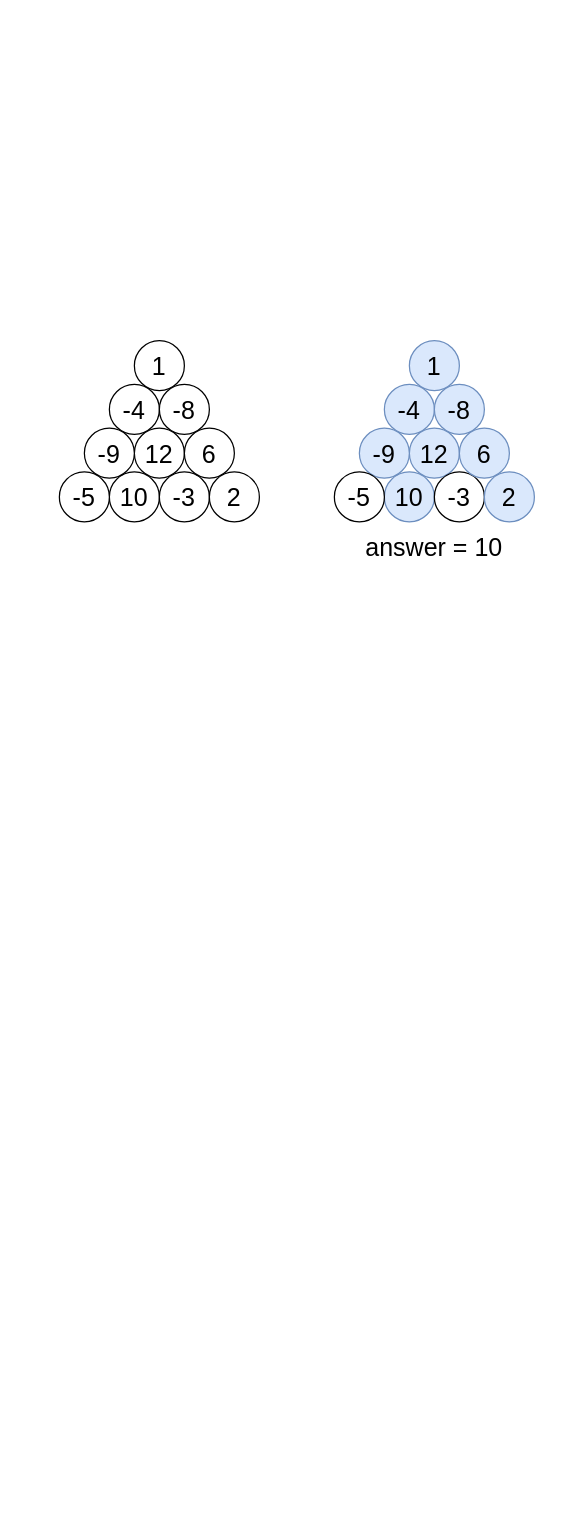
celbeing/PS_STUDY keeps this draw.io diagram as 2024_BOJ/drawio/5681.drawio. Above is the earlier version. Source tidied: cells renumbered, new cells numbered last; positions are measured from the earlier drawing's top-left corner, leaving out a move shared by most shapes. Both pictures are drawn from the tidied source at 125%, with x=0, y=0 at pixel (46, 328).
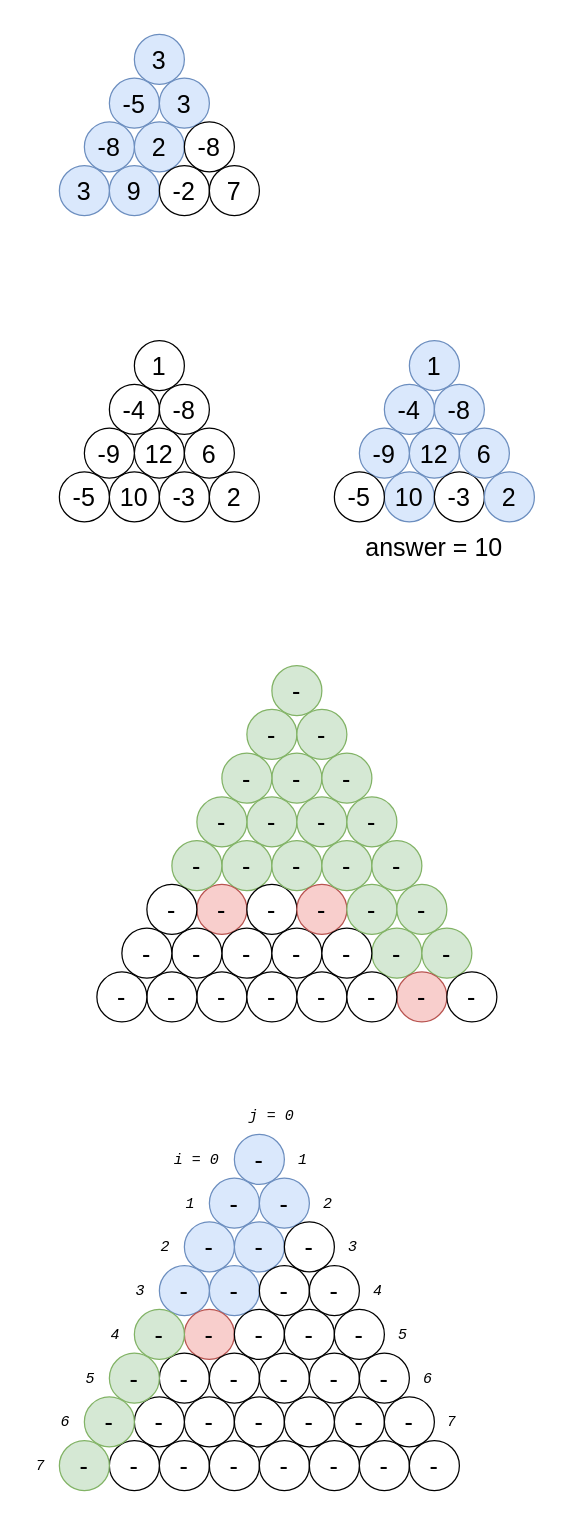
Above is the later version.

Change to the diagram source:
```diff
@@
+    <mxCell id="25" style="rounded=0;whiteSpace=wrap;html=1;strokeColor=none;" parent="1" vertex="1">
+      <mxGeometry x="30" y="260" width="340" height="305" as="geometry" />
+    </mxCell>
@@
+    <mxCell id="26" style="rounded=0;whiteSpace=wrap;html=1;strokeColor=none;" parent="1" vertex="1">
+      <mxGeometry y="-245" width="180" height="165" as="geometry" />
+    </mxCell>
+    <mxCell id="27" value="3" style="ellipse;whiteSpace=wrap;html=1;fontSize=20;fillColor=#dae8fc;strokeColor=#6c8ebf;" parent="1" vertex="1">
+      <mxGeometry x="70" y="-235" width="40" height="40" as="geometry" />
+    </mxCell>
+    <mxCell id="28" value="-5" style="ellipse;whiteSpace=wrap;html=1;fontSize=20;fillColor=#dae8fc;strokeColor=#6c8ebf;" parent="1" vertex="1">
+      <mxGeometry x="50" y="-200" width="40" height="40" as="geometry" />
+    </mxCell>
+    <mxCell id="29" value="3" style="ellipse;whiteSpace=wrap;html=1;fontSize=20;fillColor=#dae8fc;strokeColor=#6c8ebf;" parent="1" vertex="1">
+      <mxGeometry x="90" y="-200" width="40" height="40" as="geometry" />
+    </mxCell>
+    <mxCell id="30" value="2" style="ellipse;whiteSpace=wrap;html=1;fontSize=20;fillColor=#dae8fc;strokeColor=#6c8ebf;" parent="1" vertex="1">
+      <mxGeometry x="70" y="-165" width="40" height="40" as="geometry" />
+    </mxCell>
+    <mxCell id="31" value="9" style="ellipse;whiteSpace=wrap;html=1;fontSize=20;fillColor=#dae8fc;strokeColor=#6c8ebf;" parent="1" vertex="1">
+      <mxGeometry x="50" y="-130" width="40" height="40" as="geometry" />
+    </mxCell>
+    <mxCell id="32" value="-2" style="ellipse;whiteSpace=wrap;html=1;fontSize=20;" parent="1" vertex="1">
+      <mxGeometry x="90" y="-130" width="40" height="40" as="geometry" />
+    </mxCell>
+    <mxCell id="33" value="-8" style="ellipse;whiteSpace=wrap;html=1;fontSize=20;" parent="1" vertex="1">
+      <mxGeometry x="110" y="-165" width="40" height="40" as="geometry" />
+    </mxCell>
+    <mxCell id="34" value="-8" style="ellipse;whiteSpace=wrap;html=1;fontSize=20;fillColor=#dae8fc;strokeColor=#6c8ebf;" parent="1" vertex="1">
+      <mxGeometry x="30" y="-165" width="40" height="40" as="geometry" />
+    </mxCell>
+    <mxCell id="35" value="7" style="ellipse;whiteSpace=wrap;html=1;fontSize=20;" parent="1" vertex="1">
+      <mxGeometry x="130" y="-130" width="40" height="40" as="geometry" />
+    </mxCell>
+    <mxCell id="36" value="3" style="ellipse;whiteSpace=wrap;html=1;fontSize=20;fillColor=#dae8fc;strokeColor=#6c8ebf;" parent="1" vertex="1">
+      <mxGeometry x="10" y="-130" width="40" height="40" as="geometry" />
+    </mxCell>
+    <mxCell id="37" value="-" style="ellipse;whiteSpace=wrap;html=1;fontSize=20;fillColor=#d5e8d4;strokeColor=#82b366;" parent="1" vertex="1">
+      <mxGeometry x="180" y="270" width="40" height="40" as="geometry" />
+    </mxCell>
+    <mxCell id="38" value="-" style="ellipse;whiteSpace=wrap;html=1;fontSize=20;fillColor=#d5e8d4;strokeColor=#82b366;" parent="1" vertex="1">
+      <mxGeometry x="160" y="305" width="40" height="40" as="geometry" />
+    </mxCell>
+    <mxCell id="39" value="-" style="ellipse;whiteSpace=wrap;html=1;fontSize=20;fillColor=#d5e8d4;strokeColor=#82b366;" parent="1" vertex="1">
+      <mxGeometry x="200" y="305" width="40" height="40" as="geometry" />
+    </mxCell>
+    <mxCell id="40" value="-" style="ellipse;whiteSpace=wrap;html=1;fontSize=20;fillColor=#d5e8d4;strokeColor=#82b366;" parent="1" vertex="1">
+      <mxGeometry x="180" y="340" width="40" height="40" as="geometry" />
+    </mxCell>
+    <mxCell id="41" value="-" style="ellipse;whiteSpace=wrap;html=1;fontSize=20;fillColor=#d5e8d4;strokeColor=#82b366;" parent="1" vertex="1">
+      <mxGeometry x="160" y="375" width="40" height="40" as="geometry" />
+    </mxCell>
+    <mxCell id="42" value="-" style="ellipse;whiteSpace=wrap;html=1;fontSize=20;fillColor=#d5e8d4;strokeColor=#82b366;" parent="1" vertex="1">
+      <mxGeometry x="200" y="375" width="40" height="40" as="geometry" />
+    </mxCell>
+    <mxCell id="43" value="-" style="ellipse;whiteSpace=wrap;html=1;fontSize=20;fillColor=#d5e8d4;strokeColor=#82b366;" parent="1" vertex="1">
+      <mxGeometry x="220" y="340" width="40" height="40" as="geometry" />
+    </mxCell>
+    <mxCell id="44" value="-" style="ellipse;whiteSpace=wrap;html=1;fontSize=20;fillColor=#d5e8d4;strokeColor=#82b366;" parent="1" vertex="1">
+      <mxGeometry x="140" y="340" width="40" height="40" as="geometry" />
+    </mxCell>
+    <mxCell id="45" value="-" style="ellipse;whiteSpace=wrap;html=1;fontSize=20;fillColor=#d5e8d4;strokeColor=#82b366;" parent="1" vertex="1">
+      <mxGeometry x="240" y="375" width="40" height="40" as="geometry" />
+    </mxCell>
+    <mxCell id="46" value="-" style="ellipse;whiteSpace=wrap;html=1;fontSize=20;fillColor=#d5e8d4;strokeColor=#82b366;" parent="1" vertex="1">
+      <mxGeometry x="120" y="375" width="40" height="40" as="geometry" />
+    </mxCell>
+    <mxCell id="47" value="-" style="ellipse;whiteSpace=wrap;html=1;fontSize=20;fillColor=#d5e8d4;strokeColor=#82b366;" parent="1" vertex="1">
+      <mxGeometry x="140" y="410" width="40" height="40" as="geometry" />
+    </mxCell>
+    <mxCell id="48" value="-" style="ellipse;whiteSpace=wrap;html=1;fontSize=20;fillColor=#f8cecc;strokeColor=#b85450;" parent="1" vertex="1">
+      <mxGeometry x="120" y="445" width="40" height="40" as="geometry" />
+    </mxCell>
+    <mxCell id="49" value="-" style="ellipse;whiteSpace=wrap;html=1;fontSize=20;" parent="1" vertex="1">
+      <mxGeometry x="160" y="445" width="40" height="40" as="geometry" />
+    </mxCell>
+    <mxCell id="50" value="-" style="ellipse;whiteSpace=wrap;html=1;fontSize=20;" parent="1" vertex="1">
+      <mxGeometry x="140" y="480" width="40" height="40" as="geometry" />
+    </mxCell>
+    <mxCell id="51" value="-" style="ellipse;whiteSpace=wrap;html=1;fontSize=20;" parent="1" vertex="1">
+      <mxGeometry x="120" y="515" width="40" height="40" as="geometry" />
+    </mxCell>
+    <mxCell id="52" value="-" style="ellipse;whiteSpace=wrap;html=1;fontSize=20;" parent="1" vertex="1">
+      <mxGeometry x="160" y="515" width="40" height="40" as="geometry" />
+    </mxCell>
+    <mxCell id="53" value="-" style="ellipse;whiteSpace=wrap;html=1;fontSize=20;" parent="1" vertex="1">
+      <mxGeometry x="180" y="480" width="40" height="40" as="geometry" />
+    </mxCell>
+    <mxCell id="54" value="-" style="ellipse;whiteSpace=wrap;html=1;fontSize=20;" parent="1" vertex="1">
+      <mxGeometry x="100" y="480" width="40" height="40" as="geometry" />
+    </mxCell>
+    <mxCell id="55" value="-" style="ellipse;whiteSpace=wrap;html=1;fontSize=20;" parent="1" vertex="1">
+      <mxGeometry x="200" y="515" width="40" height="40" as="geometry" />
+    </mxCell>
+    <mxCell id="56" value="-" style="ellipse;whiteSpace=wrap;html=1;fontSize=20;" parent="1" vertex="1">
+      <mxGeometry x="80" y="515" width="40" height="40" as="geometry" />
+    </mxCell>
+    <mxCell id="57" value="-" style="ellipse;whiteSpace=wrap;html=1;fontSize=20;fillColor=#d5e8d4;strokeColor=#82b366;" parent="1" vertex="1">
+      <mxGeometry x="180" y="410" width="40" height="40" as="geometry" />
+    </mxCell>
+    <mxCell id="58" value="-" style="ellipse;whiteSpace=wrap;html=1;fontSize=20;fillColor=#f8cecc;strokeColor=#b85450;" parent="1" vertex="1">
+      <mxGeometry x="200" y="445" width="40" height="40" as="geometry" />
+    </mxCell>
+    <mxCell id="59" value="-" style="ellipse;whiteSpace=wrap;html=1;fontSize=20;fillColor=#d5e8d4;strokeColor=#82b366;" parent="1" vertex="1">
+      <mxGeometry x="220" y="410" width="40" height="40" as="geometry" />
+    </mxCell>
+    <mxCell id="60" value="-" style="ellipse;whiteSpace=wrap;html=1;fontSize=20;fillColor=#d5e8d4;strokeColor=#82b366;" parent="1" vertex="1">
+      <mxGeometry x="260" y="480" width="40" height="40" as="geometry" />
+    </mxCell>
+    <mxCell id="61" value="-" style="ellipse;whiteSpace=wrap;html=1;fontSize=20;fillColor=#d5e8d4;strokeColor=#82b366;" parent="1" vertex="1">
+      <mxGeometry x="300" y="480" width="40" height="40" as="geometry" />
+    </mxCell>
+    <mxCell id="62" value="-" style="ellipse;whiteSpace=wrap;html=1;fontSize=20;fillColor=#f8cecc;strokeColor=#b85450;" parent="1" vertex="1">
+      <mxGeometry x="280" y="515" width="40" height="40" as="geometry" />
+    </mxCell>
+    <mxCell id="63" value="-" style="ellipse;whiteSpace=wrap;html=1;fontSize=20;" parent="1" vertex="1">
+      <mxGeometry x="220" y="480" width="40" height="40" as="geometry" />
+    </mxCell>
+    <mxCell id="64" value="-" style="ellipse;whiteSpace=wrap;html=1;fontSize=20;" parent="1" vertex="1">
+      <mxGeometry x="240" y="515" width="40" height="40" as="geometry" />
+    </mxCell>
+    <mxCell id="65" value="-" style="ellipse;whiteSpace=wrap;html=1;fontSize=20;fillColor=#d5e8d4;strokeColor=#82b366;" parent="1" vertex="1">
+      <mxGeometry x="240" y="445" width="40" height="40" as="geometry" />
+    </mxCell>
+    <mxCell id="66" value="-" style="ellipse;whiteSpace=wrap;html=1;fontSize=20;fillColor=#d5e8d4;strokeColor=#82b366;" parent="1" vertex="1">
+      <mxGeometry x="280" y="445" width="40" height="40" as="geometry" />
+    </mxCell>
+    <mxCell id="67" value="-" style="ellipse;whiteSpace=wrap;html=1;fontSize=20;fillColor=#d5e8d4;strokeColor=#82b366;" parent="1" vertex="1">
+      <mxGeometry x="260" y="410" width="40" height="40" as="geometry" />
+    </mxCell>
+    <mxCell id="68" value="-" style="ellipse;whiteSpace=wrap;html=1;fontSize=20;fillColor=#d5e8d4;strokeColor=#82b366;" parent="1" vertex="1">
+      <mxGeometry x="100" y="410" width="40" height="40" as="geometry" />
+    </mxCell>
+    <mxCell id="69" value="-" style="ellipse;whiteSpace=wrap;html=1;fontSize=20;" parent="1" vertex="1">
+      <mxGeometry x="80" y="445" width="40" height="40" as="geometry" />
+    </mxCell>
+    <mxCell id="70" value="-" style="ellipse;whiteSpace=wrap;html=1;fontSize=20;" parent="1" vertex="1">
+      <mxGeometry x="60" y="480" width="40" height="40" as="geometry" />
+    </mxCell>
+    <mxCell id="71" value="-" style="ellipse;whiteSpace=wrap;html=1;fontSize=20;" parent="1" vertex="1">
+      <mxGeometry x="40" y="515" width="40" height="40" as="geometry" />
+    </mxCell>
+    <mxCell id="72" value="-" style="ellipse;whiteSpace=wrap;html=1;fontSize=20;" parent="1" vertex="1">
+      <mxGeometry x="320" y="515" width="40" height="40" as="geometry" />
+    </mxCell>
+    <mxCell id="73" style="rounded=0;whiteSpace=wrap;html=1;strokeColor=none;" parent="1" vertex="1">
+      <mxGeometry x="-20" y="615" width="370" height="325" as="geometry" />
+    </mxCell>
+    <mxCell id="74" value="-" style="ellipse;whiteSpace=wrap;html=1;fontSize=20;fillColor=#dae8fc;strokeColor=#6c8ebf;" parent="1" vertex="1">
+      <mxGeometry x="150" y="645" width="40" height="40" as="geometry" />
+    </mxCell>
+    <mxCell id="75" value="-" style="ellipse;whiteSpace=wrap;html=1;fontSize=20;fillColor=#dae8fc;strokeColor=#6c8ebf;" parent="1" vertex="1">
+      <mxGeometry x="130" y="680" width="40" height="40" as="geometry" />
+    </mxCell>
+    <mxCell id="76" value="-" style="ellipse;whiteSpace=wrap;html=1;fontSize=20;fillColor=#dae8fc;strokeColor=#6c8ebf;" parent="1" vertex="1">
+      <mxGeometry x="170" y="680" width="40" height="40" as="geometry" />
+    </mxCell>
+    <mxCell id="77" value="-" style="ellipse;whiteSpace=wrap;html=1;fontSize=20;fillColor=#dae8fc;strokeColor=#6c8ebf;" parent="1" vertex="1">
+      <mxGeometry x="150" y="715" width="40" height="40" as="geometry" />
+    </mxCell>
+    <mxCell id="78" value="-" style="ellipse;whiteSpace=wrap;html=1;fontSize=20;fillColor=#dae8fc;strokeColor=#6c8ebf;" parent="1" vertex="1">
+      <mxGeometry x="130" y="750" width="40" height="40" as="geometry" />
+    </mxCell>
+    <mxCell id="79" value="-" style="ellipse;whiteSpace=wrap;html=1;fontSize=20;" parent="1" vertex="1">
+      <mxGeometry x="170" y="750" width="40" height="40" as="geometry" />
+    </mxCell>
+    <mxCell id="80" value="-" style="ellipse;whiteSpace=wrap;html=1;fontSize=20;" parent="1" vertex="1">
+      <mxGeometry x="190" y="715" width="40" height="40" as="geometry" />
+    </mxCell>
+    <mxCell id="81" value="-" style="ellipse;whiteSpace=wrap;html=1;fontSize=20;fillColor=#dae8fc;strokeColor=#6c8ebf;" parent="1" vertex="1">
+      <mxGeometry x="110" y="715" width="40" height="40" as="geometry" />
+    </mxCell>
+    <mxCell id="82" value="-" style="ellipse;whiteSpace=wrap;html=1;fontSize=20;" parent="1" vertex="1">
+      <mxGeometry x="210" y="750" width="40" height="40" as="geometry" />
+    </mxCell>
+    <mxCell id="83" value="-" style="ellipse;whiteSpace=wrap;html=1;fontSize=20;fillColor=#dae8fc;strokeColor=#6c8ebf;" parent="1" vertex="1">
+      <mxGeometry x="90" y="750" width="40" height="40" as="geometry" />
+    </mxCell>
+    <mxCell id="84" value="-" style="ellipse;whiteSpace=wrap;html=1;fontSize=20;fillColor=#f8cecc;strokeColor=#b85450;" parent="1" vertex="1">
+      <mxGeometry x="110" y="785" width="40" height="40" as="geometry" />
+    </mxCell>
+    <mxCell id="85" value="-" style="ellipse;whiteSpace=wrap;html=1;fontSize=20;" parent="1" vertex="1">
+      <mxGeometry x="90" y="820" width="40" height="40" as="geometry" />
+    </mxCell>
+    <mxCell id="86" value="-" style="ellipse;whiteSpace=wrap;html=1;fontSize=20;" parent="1" vertex="1">
+      <mxGeometry x="130" y="820" width="40" height="40" as="geometry" />
+    </mxCell>
+    <mxCell id="87" value="-" style="ellipse;whiteSpace=wrap;html=1;fontSize=20;" parent="1" vertex="1">
+      <mxGeometry x="110" y="855" width="40" height="40" as="geometry" />
+    </mxCell>
+    <mxCell id="88" value="-" style="ellipse;whiteSpace=wrap;html=1;fontSize=20;" parent="1" vertex="1">
+      <mxGeometry x="90" y="890" width="40" height="40" as="geometry" />
+    </mxCell>
+    <mxCell id="89" value="-" style="ellipse;whiteSpace=wrap;html=1;fontSize=20;" parent="1" vertex="1">
+      <mxGeometry x="130" y="890" width="40" height="40" as="geometry" />
+    </mxCell>
+    <mxCell id="90" value="-" style="ellipse;whiteSpace=wrap;html=1;fontSize=20;" parent="1" vertex="1">
+      <mxGeometry x="150" y="855" width="40" height="40" as="geometry" />
+    </mxCell>
+    <mxCell id="91" value="-" style="ellipse;whiteSpace=wrap;html=1;fontSize=20;" parent="1" vertex="1">
+      <mxGeometry x="70" y="855" width="40" height="40" as="geometry" />
+    </mxCell>
+    <mxCell id="92" value="-" style="ellipse;whiteSpace=wrap;html=1;fontSize=20;" parent="1" vertex="1">
+      <mxGeometry x="170" y="890" width="40" height="40" as="geometry" />
+    </mxCell>
+    <mxCell id="93" value="-" style="ellipse;whiteSpace=wrap;html=1;fontSize=20;" parent="1" vertex="1">
+      <mxGeometry x="50" y="890" width="40" height="40" as="geometry" />
+    </mxCell>
+    <mxCell id="94" value="-" style="ellipse;whiteSpace=wrap;html=1;fontSize=20;" parent="1" vertex="1">
+      <mxGeometry x="150" y="785" width="40" height="40" as="geometry" />
+    </mxCell>
+    <mxCell id="95" value="-" style="ellipse;whiteSpace=wrap;html=1;fontSize=20;" parent="1" vertex="1">
+      <mxGeometry x="170" y="820" width="40" height="40" as="geometry" />
+    </mxCell>
+    <mxCell id="96" value="-" style="ellipse;whiteSpace=wrap;html=1;fontSize=20;" parent="1" vertex="1">
+      <mxGeometry x="190" y="785" width="40" height="40" as="geometry" />
+    </mxCell>
+    <mxCell id="97" value="-" style="ellipse;whiteSpace=wrap;html=1;fontSize=20;" parent="1" vertex="1">
+      <mxGeometry x="230" y="855" width="40" height="40" as="geometry" />
+    </mxCell>
+    <mxCell id="98" value="-" style="ellipse;whiteSpace=wrap;html=1;fontSize=20;" parent="1" vertex="1">
+      <mxGeometry x="270" y="855" width="40" height="40" as="geometry" />
+    </mxCell>
+    <mxCell id="99" value="-" style="ellipse;whiteSpace=wrap;html=1;fontSize=20;" parent="1" vertex="1">
+      <mxGeometry x="250" y="890" width="40" height="40" as="geometry" />
+    </mxCell>
+    <mxCell id="100" value="-" style="ellipse;whiteSpace=wrap;html=1;fontSize=20;" parent="1" vertex="1">
+      <mxGeometry x="190" y="855" width="40" height="40" as="geometry" />
+    </mxCell>
+    <mxCell id="101" value="-" style="ellipse;whiteSpace=wrap;html=1;fontSize=20;" parent="1" vertex="1">
+      <mxGeometry x="210" y="890" width="40" height="40" as="geometry" />
+    </mxCell>
+    <mxCell id="102" value="-" style="ellipse;whiteSpace=wrap;html=1;fontSize=20;" parent="1" vertex="1">
+      <mxGeometry x="210" y="820" width="40" height="40" as="geometry" />
+    </mxCell>
+    <mxCell id="103" value="-" style="ellipse;whiteSpace=wrap;html=1;fontSize=20;" parent="1" vertex="1">
+      <mxGeometry x="250" y="820" width="40" height="40" as="geometry" />
+    </mxCell>
+    <mxCell id="104" value="-" style="ellipse;whiteSpace=wrap;html=1;fontSize=20;" parent="1" vertex="1">
+      <mxGeometry x="230" y="785" width="40" height="40" as="geometry" />
+    </mxCell>
+    <mxCell id="105" value="-" style="ellipse;whiteSpace=wrap;html=1;fontSize=20;fillColor=#d5e8d4;strokeColor=#82b366;" parent="1" vertex="1">
+      <mxGeometry x="70" y="785" width="40" height="40" as="geometry" />
+    </mxCell>
+    <mxCell id="106" value="-" style="ellipse;whiteSpace=wrap;html=1;fontSize=20;fillColor=#d5e8d4;strokeColor=#82b366;" parent="1" vertex="1">
+      <mxGeometry x="50" y="820" width="40" height="40" as="geometry" />
+    </mxCell>
+    <mxCell id="107" value="-" style="ellipse;whiteSpace=wrap;html=1;fontSize=20;fillColor=#d5e8d4;strokeColor=#82b366;" parent="1" vertex="1">
+      <mxGeometry x="30" y="855" width="40" height="40" as="geometry" />
+    </mxCell>
+    <mxCell id="108" value="-" style="ellipse;whiteSpace=wrap;html=1;fontSize=20;fillColor=#d5e8d4;strokeColor=#82b366;" parent="1" vertex="1">
+      <mxGeometry x="10" y="890" width="40" height="40" as="geometry" />
+    </mxCell>
+    <mxCell id="109" value="-" style="ellipse;whiteSpace=wrap;html=1;fontSize=20;" parent="1" vertex="1">
+      <mxGeometry x="290" y="890" width="40" height="40" as="geometry" />
+    </mxCell>
+    <mxCell id="110" value="&lt;font face=&quot;Courier New&quot;&gt;&lt;i&gt;i = 0&lt;/i&gt;&lt;/font&gt;" style="text;html=1;align=center;verticalAlign=middle;whiteSpace=wrap;rounded=0;" parent="1" vertex="1">
+      <mxGeometry x="100" y="650" width="40" height="30" as="geometry" />
+    </mxCell>
+    <mxCell id="111" value="&lt;i&gt;&lt;font face=&quot;Courier New&quot;&gt;1&lt;/font&gt;&lt;/i&gt;" style="text;html=1;align=center;verticalAlign=middle;whiteSpace=wrap;rounded=0;" parent="1" vertex="1">
+      <mxGeometry x="100" y="685" width="30" height="30" as="geometry" />
+    </mxCell>
+    <mxCell id="112" value="&lt;i&gt;&lt;font face=&quot;Courier New&quot;&gt;2&lt;/font&gt;&lt;/i&gt;" style="text;html=1;align=center;verticalAlign=middle;whiteSpace=wrap;rounded=0;" parent="1" vertex="1">
+      <mxGeometry x="80" y="720" width="30" height="30" as="geometry" />
+    </mxCell>
+    <mxCell id="113" value="&lt;i&gt;&lt;font face=&quot;Courier New&quot;&gt;3&lt;/font&gt;&lt;/i&gt;" style="text;html=1;align=center;verticalAlign=middle;whiteSpace=wrap;rounded=0;" parent="1" vertex="1">
+      <mxGeometry x="60" y="755" width="30" height="30" as="geometry" />
+    </mxCell>
+    <mxCell id="114" value="&lt;font face=&quot;Courier New&quot;&gt;&lt;i&gt;4&lt;/i&gt;&lt;/font&gt;" style="text;html=1;align=center;verticalAlign=middle;whiteSpace=wrap;rounded=0;" parent="1" vertex="1">
+      <mxGeometry x="40" y="790" width="30" height="30" as="geometry" />
+    </mxCell>
+    <mxCell id="115" value="&lt;i&gt;&lt;font face=&quot;Courier New&quot;&gt;5&lt;/font&gt;&lt;/i&gt;" style="text;html=1;align=center;verticalAlign=middle;whiteSpace=wrap;rounded=0;" parent="1" vertex="1">
+      <mxGeometry x="20" y="825" width="30" height="30" as="geometry" />
+    </mxCell>
+    <mxCell id="116" value="&lt;i&gt;&lt;font face=&quot;Courier New&quot;&gt;6&lt;/font&gt;&lt;/i&gt;" style="text;html=1;align=center;verticalAlign=middle;whiteSpace=wrap;rounded=0;" parent="1" vertex="1">
+      <mxGeometry y="860" width="30" height="30" as="geometry" />
+    </mxCell>
+    <mxCell id="117" value="&lt;i&gt;&lt;font face=&quot;Courier New&quot;&gt;7&lt;/font&gt;&lt;/i&gt;" style="text;html=1;align=center;verticalAlign=middle;whiteSpace=wrap;rounded=0;" parent="1" vertex="1">
+      <mxGeometry x="-20" y="895" width="30" height="30" as="geometry" />
+    </mxCell>
+    <mxCell id="118" value="&lt;font face=&quot;Courier New&quot;&gt;&lt;i&gt;j = 0&lt;/i&gt;&lt;/font&gt;" style="text;html=1;align=center;verticalAlign=middle;whiteSpace=wrap;rounded=0;" parent="1" vertex="1">
+      <mxGeometry x="160" y="615" width="40" height="30" as="geometry" />
+    </mxCell>
+    <mxCell id="119" value="&lt;font face=&quot;Courier New&quot;&gt;&lt;i&gt;1&lt;/i&gt;&lt;/font&gt;" style="text;html=1;align=center;verticalAlign=middle;whiteSpace=wrap;rounded=0;" parent="1" vertex="1">
+      <mxGeometry x="190" y="650" width="30" height="30" as="geometry" />
+    </mxCell>
+    <mxCell id="120" value="&lt;font face=&quot;Courier New&quot;&gt;&lt;i&gt;2&lt;/i&gt;&lt;/font&gt;" style="text;html=1;align=center;verticalAlign=middle;whiteSpace=wrap;rounded=0;" parent="1" vertex="1">
+      <mxGeometry x="210" y="685" width="30" height="30" as="geometry" />
+    </mxCell>
+    <mxCell id="121" value="&lt;font face=&quot;Courier New&quot;&gt;&lt;i&gt;3&lt;/i&gt;&lt;/font&gt;" style="text;html=1;align=center;verticalAlign=middle;whiteSpace=wrap;rounded=0;" parent="1" vertex="1">
+      <mxGeometry x="230" y="720" width="30" height="30" as="geometry" />
+    </mxCell>
+    <mxCell id="122" value="&lt;font face=&quot;Courier New&quot;&gt;&lt;i&gt;4&lt;/i&gt;&lt;/font&gt;" style="text;html=1;align=center;verticalAlign=middle;whiteSpace=wrap;rounded=0;" parent="1" vertex="1">
+      <mxGeometry x="250" y="755" width="30" height="30" as="geometry" />
+    </mxCell>
+    <mxCell id="123" value="&lt;font face=&quot;Courier New&quot;&gt;&lt;i&gt;5&lt;/i&gt;&lt;/font&gt;" style="text;html=1;align=center;verticalAlign=middle;whiteSpace=wrap;rounded=0;" parent="1" vertex="1">
+      <mxGeometry x="270" y="790" width="30" height="30" as="geometry" />
+    </mxCell>
+    <mxCell id="124" value="&lt;font face=&quot;Courier New&quot;&gt;&lt;i&gt;6&lt;/i&gt;&lt;/font&gt;" style="text;html=1;align=center;verticalAlign=middle;whiteSpace=wrap;rounded=0;" parent="1" vertex="1">
+      <mxGeometry x="290" y="825" width="30" height="30" as="geometry" />
+    </mxCell>
+    <mxCell id="125" value="&lt;font face=&quot;Courier New&quot;&gt;&lt;i&gt;7&lt;/i&gt;&lt;/font&gt;" style="text;html=1;align=center;verticalAlign=middle;whiteSpace=wrap;rounded=0;" parent="1" vertex="1">
+      <mxGeometry x="309" y="860" width="30" height="30" as="geometry" />
+    </mxCell>
```
